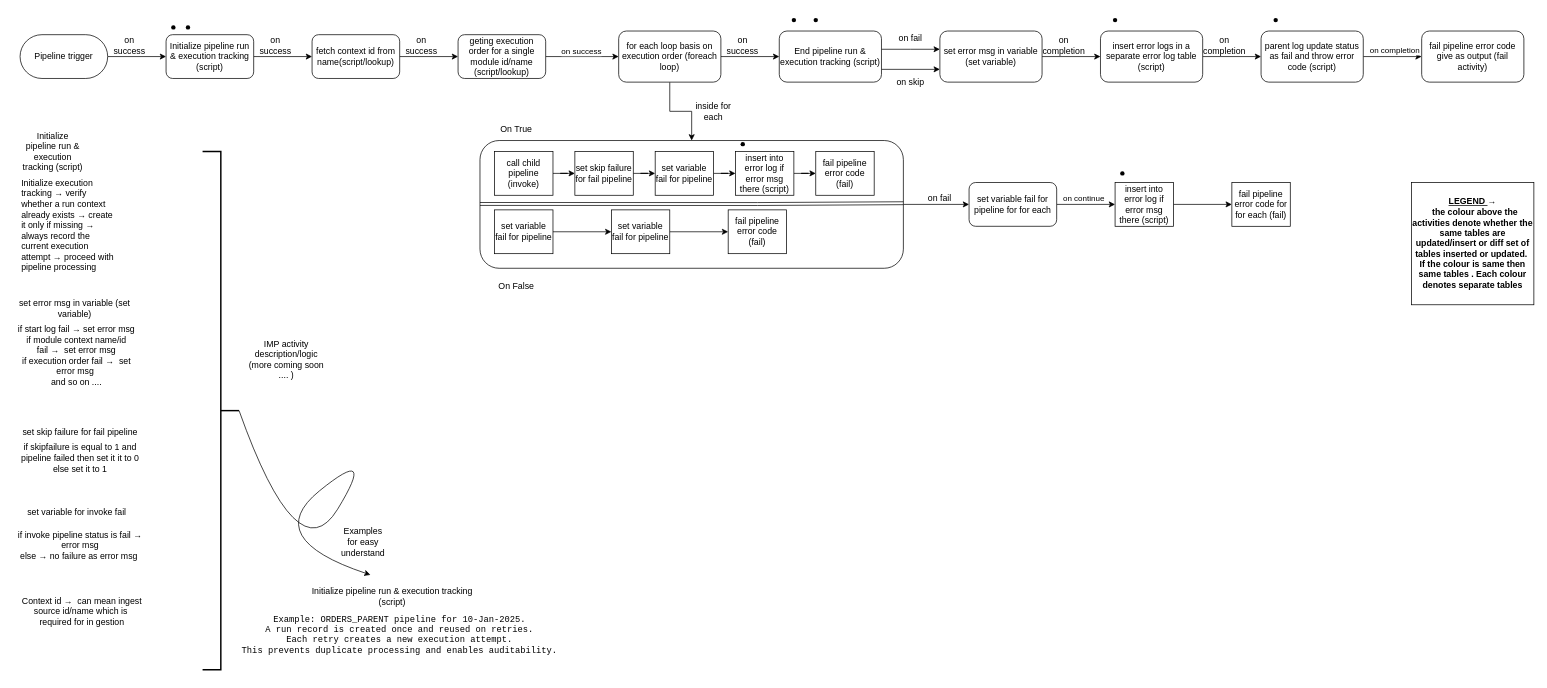
The draw.io diagram bronze/parent/Flow_Parent_Bronze.drawio in SarbajitNeogi/medallion_architecture_playbook, before the edit. Source tidied: cells renumbered, new cells numbered last; positions are measured from the earlier drawing's top-left corner, leaving out a move shared by most shapes. Both pictures are drawn from the tidied source at 73%, with x=0, y=0 at pixel (12, 12).
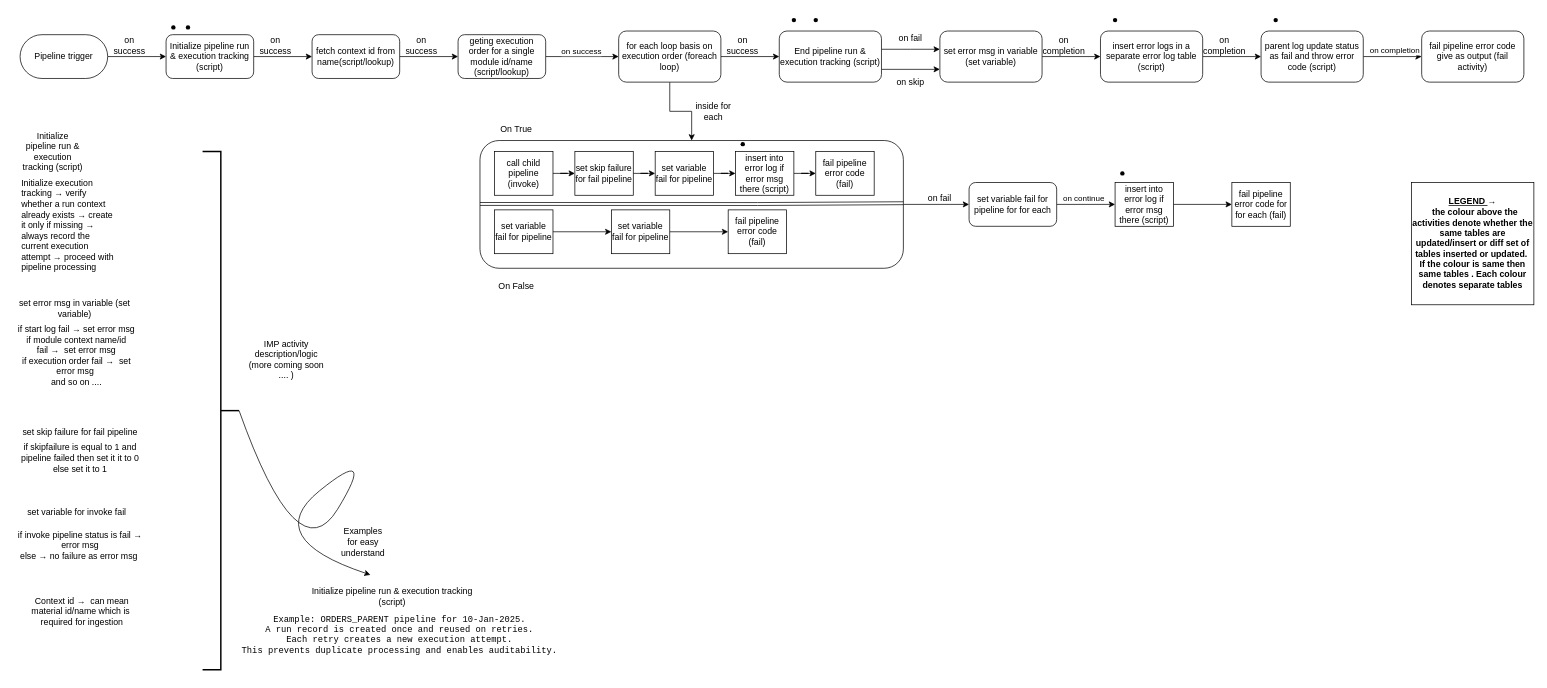
The same diagram, later.

What changed in the source:
```diff
@@
-    <mxCell id="70" value="Context id&amp;nbsp;&lt;span style=&quot;text-align: left;&quot;&gt;→&amp;nbsp;&lt;/span&gt;&amp;nbsp;can mean ingest source id/name which is&amp;nbsp; required for in gestion" style="text;html=1;whiteSpace=wrap;strokeColor=none;fillColor=none;align=center;verticalAlign=middle;rounded=0;" parent="1" vertex="1">
+    <mxCell id="70" value="Context id&amp;nbsp;&lt;span style=&quot;text-align: left;&quot;&gt;→&amp;nbsp;&lt;/span&gt;&amp;nbsp;can mean material id/name which is&amp;nbsp; required for ingestion" style="text;html=1;whiteSpace=wrap;strokeColor=none;fillColor=none;align=center;verticalAlign=middle;rounded=0;" parent="1" vertex="1">
       <mxGeometry x="10" y="810" width="170" height="20" as="geometry" />
     </mxCell>
```
